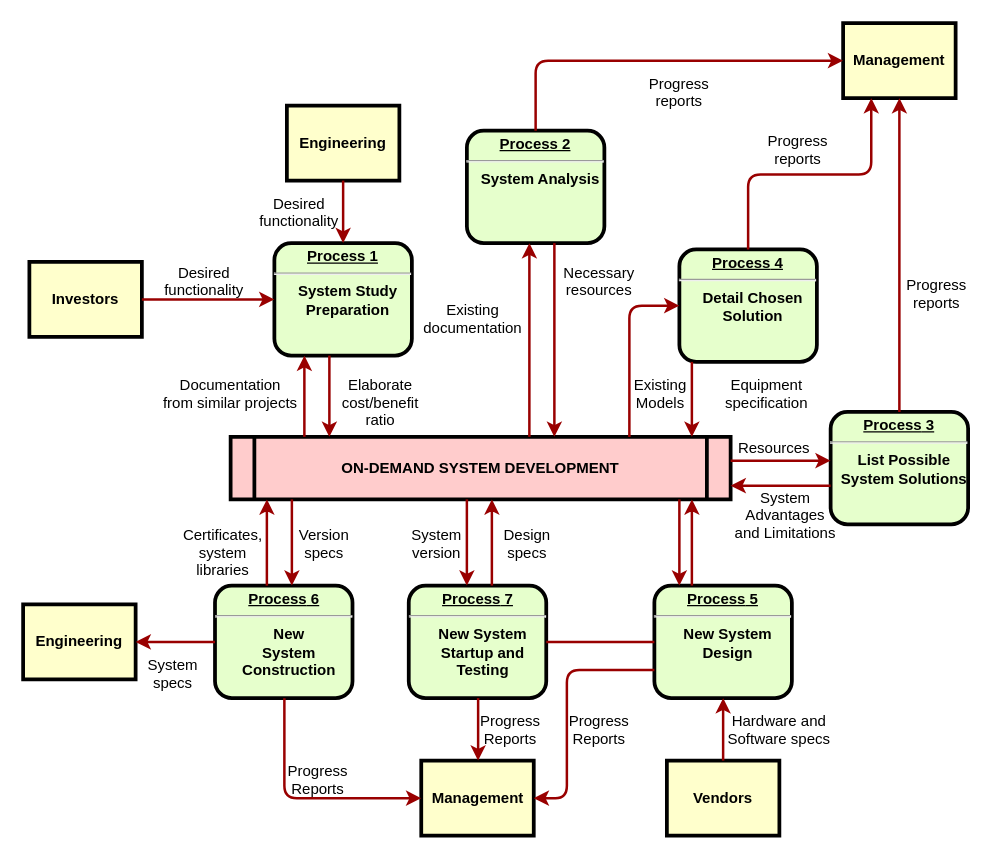
The draw.io diagram Algritmo de recomendação.drawio in RosianeSangali/RosianeSangali, before the edit. Source tidied: cells renumbered, new cells numbered last; positions are measured from the earlier drawing's top-left corner, leaving out a move shared by most shapes. Both pictures are drawn from the tidied source at 125%, with x=0, y=0 at pixel (22, 22).
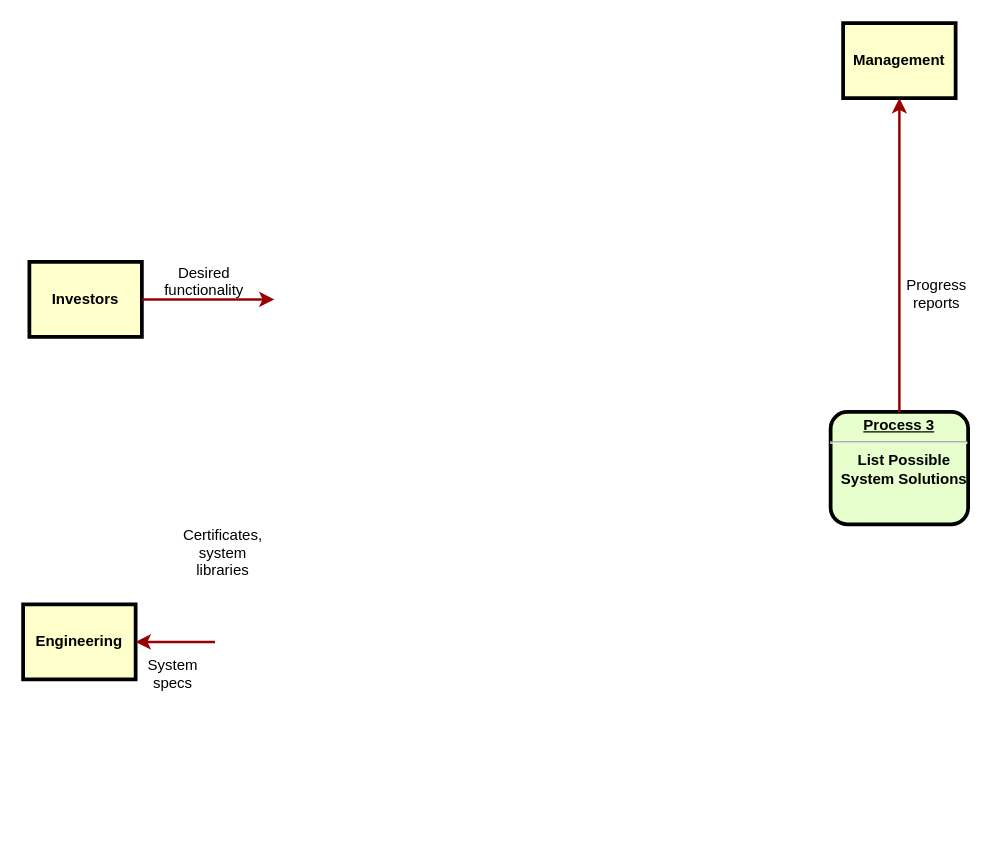
After the change.

The change refers to these unchanged cells:
```xml
<mxCell id="4" value="Investors" style="whiteSpace=wrap;align=center;verticalAlign=middle;fontStyle=1;strokeWidth=3;fillColor=#FFFFCC;" parent="1" vertex="1">
  <mxGeometry x="5" y="191" width="90" height="60" as="geometry" />
</mxCell>
<mxCell id="7" value="&lt;p style=&quot;margin: 0px; margin-top: 4px; text-align: center; text-decoration: underline;&quot;&gt;&lt;strong&gt;&lt;strong&gt;Process&lt;/strong&gt; 3&lt;br /&gt;&lt;/strong&gt;&lt;/p&gt;&lt;hr /&gt;&lt;p style=&quot;margin: 0px; margin-left: 8px;&quot;&gt;List Possible&lt;/p&gt;&lt;p style=&quot;margin: 0px; margin-left: 8px;&quot;&gt;System Solutions&lt;/p&gt;" style="verticalAlign=middle;align=center;overflow=fill;fontSize=12;fontFamily=Helvetica;html=1;rounded=1;fontStyle=1;strokeWidth=3;fillColor=#E6FFCC;" parent="1" vertex="1">
  <mxGeometry x="646" y="311" width="110" height="90" as="geometry" />
</mxCell>
<mxCell id="11" value="Management" style="whiteSpace=wrap;align=center;verticalAlign=middle;fontStyle=1;strokeWidth=3;fillColor=#FFFFCC;" parent="1" vertex="1">
  <mxGeometry x="656" width="90" height="60" as="geometry" />
</mxCell>
<mxCell id="13" value="Engineering" style="whiteSpace=wrap;align=center;verticalAlign=middle;fontStyle=1;strokeWidth=3;fillColor=#FFFFCC;" parent="1" vertex="1">
  <mxGeometry y="465" width="90" height="60" as="geometry" />
</mxCell>
```

What changed in the source:
```diff
@@
-    <mxCell id="2" value="&lt;p style=&quot;margin: 0px; margin-top: 4px; text-align: center; text-decoration: underline;&quot;&gt;&lt;strong&gt;Process 1&lt;br /&gt;&lt;/strong&gt;&lt;/p&gt;&lt;hr /&gt;&lt;p style=&quot;margin: 0px; margin-left: 8px;&quot;&gt;System Study&lt;/p&gt;&lt;p style=&quot;margin: 0px; margin-left: 8px;&quot;&gt;Preparation&lt;/p&gt;" style="verticalAlign=middle;align=center;overflow=fill;fontSize=12;fontFamily=Helvetica;html=1;rounded=1;fontStyle=1;strokeWidth=3;fillColor=#E6FFCC;" parent="1" vertex="1">
-      <mxGeometry x="201" y="176" width="110" height="90" as="geometry" />
-    </mxCell>
-    <mxCell id="3" value="Engineering" style="whiteSpace=wrap;align=center;verticalAlign=middle;fontStyle=1;strokeWidth=3;fillColor=#FFFFCC;" parent="1" vertex="1">
-      <mxGeometry x="211" y="66" width="90" height="60" as="geometry" />
-    </mxCell>
@@
-    <mxCell id="5" value="ON-DEMAND SYSTEM DEVELOPMENT" style="shape=process;whiteSpace=wrap;align=center;verticalAlign=middle;size=0.0475;fontStyle=1;strokeWidth=3;fillColor=#FFCCCC;" parent="1" vertex="1">
-      <mxGeometry x="166" y="331" width="400" height="50" as="geometry" />
-    </mxCell>
-    <mxCell id="6" value="&lt;p style=&quot;margin: 0px; margin-top: 4px; text-align: center; text-decoration: underline;&quot;&gt;&lt;strong&gt;Process 2&lt;br /&gt;&lt;/strong&gt;&lt;/p&gt;&lt;hr /&gt;&lt;p style=&quot;margin: 0px; margin-left: 8px;&quot;&gt;System Analysis&lt;/p&gt;" style="verticalAlign=middle;align=center;overflow=fill;fontSize=12;fontFamily=Helvetica;html=1;rounded=1;fontStyle=1;strokeWidth=3;fillColor=#E6FFCC;" parent="1" vertex="1">
-      <mxGeometry x="355" y="86" width="110" height="90" as="geometry" />
-    </mxCell>
@@
-    <mxCell id="8" value="&lt;p style=&quot;margin: 0px; margin-top: 4px; text-align: center; text-decoration: underline;&quot;&gt;&lt;strong&gt;&lt;strong&gt;Process&lt;/strong&gt; 4&lt;br /&gt;&lt;/strong&gt;&lt;/p&gt;&lt;hr /&gt;&lt;p style=&quot;margin: 0px; margin-left: 8px;&quot;&gt;Detail Chosen&lt;/p&gt;&lt;p style=&quot;margin: 0px; margin-left: 8px;&quot;&gt;Solution&lt;/p&gt;" style="verticalAlign=middle;align=center;overflow=fill;fontSize=12;fontFamily=Helvetica;html=1;rounded=1;fontStyle=1;strokeWidth=3;fillColor=#E6FFCC;" parent="1" vertex="1">
-      <mxGeometry x="525" y="181" width="110" height="90" as="geometry" />
-    </mxCell>
-    <mxCell id="9" value="&lt;p style=&quot;margin: 0px; margin-top: 4px; text-align: center; text-decoration: underline;&quot;&gt;&lt;strong&gt;&lt;strong&gt;Process&lt;/strong&gt; 5&lt;br /&gt;&lt;/strong&gt;&lt;/p&gt;&lt;hr /&gt;&lt;p style=&quot;margin: 0px; margin-left: 8px;&quot;&gt;New System&lt;/p&gt;&lt;p style=&quot;margin: 0px; margin-left: 8px;&quot;&gt;Design&lt;/p&gt;" style="verticalAlign=middle;align=center;overflow=fill;fontSize=12;fontFamily=Helvetica;html=1;rounded=1;fontStyle=1;strokeWidth=3;fillColor=#E6FFCC;" parent="1" vertex="1">
-      <mxGeometry x="505" y="450" width="110" height="90" as="geometry" />
-    </mxCell>
-    <mxCell id="10" value="&lt;p style=&quot;margin: 0px; margin-top: 4px; text-align: center; text-decoration: underline;&quot;&gt;&lt;strong&gt;&lt;strong&gt;Process&lt;/strong&gt; 6&lt;br /&gt;&lt;/strong&gt;&lt;/p&gt;&lt;hr /&gt;&lt;p style=&quot;margin: 0px; margin-left: 8px;&quot;&gt;New&lt;/p&gt;&lt;p style=&quot;margin: 0px; margin-left: 8px;&quot;&gt;System&lt;/p&gt;&lt;p style=&quot;margin: 0px; margin-left: 8px;&quot;&gt;Construction&lt;/p&gt;" style="verticalAlign=middle;align=center;overflow=fill;fontSize=12;fontFamily=Helvetica;html=1;rounded=1;fontStyle=1;strokeWidth=3;fillColor=#E6FFCC;" parent="1" vertex="1">
-      <mxGeometry x="153.5" y="450" width="110" height="90" as="geometry" />
-    </mxCell>
@@
-    <mxCell id="12" value="Management" style="whiteSpace=wrap;align=center;verticalAlign=middle;fontStyle=1;strokeWidth=3;fillColor=#FFFFCC;" parent="1" vertex="1">
-      <mxGeometry x="318.5" y="590" width="90" height="60" as="geometry" />
-    </mxCell>
@@
-    <mxCell id="14" value="Vendors" style="whiteSpace=wrap;align=center;verticalAlign=middle;fontStyle=1;strokeWidth=3;fillColor=#FFFFCC;" parent="1" vertex="1">
-      <mxGeometry x="515" y="590" width="90" height="60" as="geometry" />
-    </mxCell>
-    <mxCell id="15" style="edgeStyle=none;noEdgeStyle=1;strokeColor=#990000;strokeWidth=2;" parent="1" edge="1" source="3" target="2">
-      <mxGeometry relative="1" as="geometry" />
-    </mxCell>
-    <mxCell id="16" style="edgeStyle=none;noEdgeStyle=1;strokeColor=#990000;strokeWidth=2;" parent="1" edge="1" source="4" target="2">
-      <mxGeometry relative="1" as="geometry" />
+    <mxCell id="16" style="edgeStyle=none;noEdgeStyle=1;strokeColor=#990000;strokeWidth=2;" parent="1" edge="1" source="4">
+      <mxGeometry relative="1" as="geometry">
+        <mxPoint x="201" y="221" as="targetPoint" />
+      </mxGeometry>
     </mxCell>
-    <mxCell id="17" value="&lt;p style=&quot;margin: 0px; margin-top: 4px; text-align: center; text-decoration: underline;&quot;&gt;&lt;strong&gt;&lt;strong&gt;Process&lt;/strong&gt; 7&lt;br /&gt;&lt;/strong&gt;&lt;/p&gt;&lt;hr /&gt;&lt;p style=&quot;margin: 0px; margin-left: 8px;&quot;&gt;New System&lt;/p&gt;&lt;p style=&quot;margin: 0px; margin-left: 8px;&quot;&gt;Startup and&lt;/p&gt;&lt;p style=&quot;margin: 0px; margin-left: 8px;&quot;&gt;Testing&lt;/p&gt;" style="verticalAlign=middle;align=center;overflow=fill;fontSize=12;fontFamily=Helvetica;html=1;rounded=1;fontStyle=1;strokeWidth=3;fillColor=#E6FFCC;" parent="1" vertex="1">
-      <mxGeometry x="308.5" y="450" width="110" height="90" as="geometry" />
-    </mxCell>
-    <mxCell id="18" style="endArrow=none;noEdgeStyle=1;strokeColor=#990000;strokeWidth=2;" parent="1" edge="1" source="9" target="17">
-      <mxGeometry relative="1" as="geometry" />
-    </mxCell>
@@
-    <mxCell id="20" value="Desired &#10;functionality" style="text;spacingTop=-5;align=center;" parent="1" vertex="1">
-      <mxGeometry x="206" y="136" width="30" height="20" as="geometry" />
-    </mxCell>
-    <mxCell id="21" value="Documentation&#10;from similar projects" style="text;spacingTop=-5;align=center;" parent="1" vertex="1">
-      <mxGeometry x="151" y="281" width="30" height="20" as="geometry" />
-    </mxCell>
-    <mxCell id="22" style="edgeStyle=elbowEdgeStyle;elbow=horizontal;strokeColor=#990000;strokeWidth=2;" parent="1" edge="1" source="5" target="2">
-      <mxGeometry relative="1" as="geometry">
-        <Array as="points">
-          <mxPoint x="225" y="310" />
-        </Array>
-      </mxGeometry>
-    </mxCell>
-    <mxCell id="23" style="edgeStyle=elbowEdgeStyle;elbow=horizontal;strokeColor=#990000;strokeWidth=2;" parent="1" edge="1" source="2" target="5">
-      <mxGeometry relative="1" as="geometry">
-        <Array as="points">
-          <mxPoint x="245" y="300" />
-        </Array>
-      </mxGeometry>
-    </mxCell>
-    <mxCell id="24" value="Elaborate&#10;cost/benefit&#10;ratio" style="text;spacingTop=-5;align=center;" parent="1" vertex="1">
-      <mxGeometry x="271" y="281" width="30" height="20" as="geometry" />
-    </mxCell>
-    <mxCell id="25" style="edgeStyle=elbowEdgeStyle;elbow=horizontal;strokeColor=#990000;strokeWidth=2;" parent="1" edge="1" source="5" target="6">
-      <mxGeometry relative="1" as="geometry">
-        <Array as="points">
-          <mxPoint x="405" y="250" />
-        </Array>
-      </mxGeometry>
-    </mxCell>
-    <mxCell id="26" style="edgeStyle=elbowEdgeStyle;elbow=horizontal;strokeColor=#990000;strokeWidth=2;" parent="1" edge="1" source="6" target="5">
-      <mxGeometry relative="1" as="geometry">
-        <Array as="points">
-          <mxPoint x="425" y="260" />
-        </Array>
-      </mxGeometry>
-    </mxCell>
-    <mxCell id="27" value="Existing&#10;documentation" style="text;spacingTop=-5;align=center;" parent="1" vertex="1">
-      <mxGeometry x="345" y="221" width="30" height="20" as="geometry" />
-    </mxCell>
-    <mxCell id="28" value="Necessary&#10;resources" style="text;spacingTop=-5;align=center;" parent="1" vertex="1">
-      <mxGeometry x="446" y="191" width="30" height="20" as="geometry" />
-    </mxCell>
-    <mxCell id="29" value="Progress&#10;reports" style="text;spacingTop=-5;align=center;" parent="1" vertex="1">
-      <mxGeometry x="510" y="40" width="30" height="20" as="geometry" />
-    </mxCell>
-    <mxCell id="30" value="Progress&#10;reports" style="text;spacingTop=-5;align=center;" parent="1" vertex="1">
-      <mxGeometry x="605" y="86" width="30" height="20" as="geometry" />
-    </mxCell>
@@
-    <mxCell id="32" style="edgeStyle=elbowEdgeStyle;elbow=horizontal;strokeColor=#990000;strokeWidth=2;" parent="1" edge="1" source="6" target="11">
-      <mxGeometry relative="1" as="geometry">
-        <Array as="points">
-          <mxPoint x="410" y="80" />
-        </Array>
-      </mxGeometry>
-    </mxCell>
-    <mxCell id="33" style="edgeStyle=elbowEdgeStyle;elbow=vertical;entryX=0.25;entryY=1;strokeColor=#990000;strokeWidth=2;" parent="1" edge="1" source="8" target="11">
-      <mxGeometry relative="1" as="geometry" />
-    </mxCell>
@@
-    <mxCell id="35" style="edgeStyle=elbowEdgeStyle;elbow=horizontal;strokeColor=#990000;strokeWidth=2;" parent="1" edge="1" source="8" target="5">
-      <mxGeometry relative="1" as="geometry">
-        <Array as="points">
-          <mxPoint x="535" y="300" />
-        </Array>
-      </mxGeometry>
-    </mxCell>
-    <mxCell id="36" style="edgeStyle=segmentEdgeStyle;strokeColor=#990000;strokeWidth=2;" parent="1" edge="1" source="5" target="8">
-      <mxGeometry relative="1" as="geometry">
-        <Array as="points">
-          <mxPoint x="485" y="226" />
-        </Array>
-      </mxGeometry>
-    </mxCell>
-    <mxCell id="37" value="Existing&#10;Models" style="text;spacingTop=-5;align=center;" parent="1" vertex="1">
-      <mxGeometry x="495" y="281" width="30" height="20" as="geometry" />
-    </mxCell>
-    <mxCell id="38" value="Equipment&#10;specification" style="text;spacingTop=-5;align=center;" parent="1" vertex="1">
-      <mxGeometry x="580" y="281" width="30" height="20" as="geometry" />
-    </mxCell>
-    <mxCell id="39" style="edgeStyle=elbowEdgeStyle;elbow=vertical;strokeColor=#990000;strokeWidth=2;" parent="1" edge="1" source="5" target="7">
-      <mxGeometry relative="1" as="geometry">
-        <Array as="points">
-          <mxPoint x="615" y="350" />
-        </Array>
-      </mxGeometry>
-    </mxCell>
-    <mxCell id="40" style="edgeStyle=elbowEdgeStyle;elbow=vertical;strokeColor=#990000;strokeWidth=2;" parent="1" edge="1" source="7" target="5">
-      <mxGeometry relative="1" as="geometry">
-        <Array as="points">
-          <mxPoint x="615" y="370" />
-        </Array>
-      </mxGeometry>
-    </mxCell>
-    <mxCell id="41" value="Resources" style="text;spacingTop=-5;align=center;" parent="1" vertex="1">
-      <mxGeometry x="586" y="331" width="30" height="20" as="geometry" />
-    </mxCell>
-    <mxCell id="42" value="System &#10;Advantages &#10;and Limitations" style="text;spacingTop=-5;align=center;" parent="1" vertex="1">
-      <mxGeometry x="595" y="371" width="30" height="20" as="geometry" />
-    </mxCell>
-    <mxCell id="43" style="edgeStyle=elbowEdgeStyle;elbow=horizontal;strokeColor=#990000;strokeWidth=2;" parent="1" edge="1" source="9" target="5">
-      <mxGeometry relative="1" as="geometry">
-        <Array as="points">
-          <mxPoint x="535" y="410" />
-        </Array>
-      </mxGeometry>
-    </mxCell>
-    <mxCell id="44" style="edgeStyle=elbowEdgeStyle;elbow=horizontal;strokeColor=#990000;strokeWidth=2;" parent="1" edge="1" source="5" target="9">
-      <mxGeometry relative="1" as="geometry">
-        <Array as="points">
-          <mxPoint x="525" y="420" />
-        </Array>
-      </mxGeometry>
-    </mxCell>
-    <mxCell id="45" style="edgeStyle=elbowEdgeStyle;elbow=horizontal;strokeColor=#990000;strokeWidth=2;" parent="1" edge="1" source="14" target="9">
-      <mxGeometry relative="1" as="geometry" />
-    </mxCell>
-    <mxCell id="46" value="Hardware and&#10;Software specs" style="text;spacingTop=-5;align=center;" parent="1" vertex="1">
-      <mxGeometry x="590" y="550" width="30" height="20" as="geometry" />
-    </mxCell>
-    <mxCell id="47" style="edgeStyle=elbowEdgeStyle;elbow=horizontal;exitX=0;exitY=0.75;strokeColor=#990000;strokeWidth=2;" parent="1" edge="1" source="9" target="12">
-      <mxGeometry relative="1" as="geometry">
-        <Array as="points">
-          <mxPoint x="435" y="570" />
-        </Array>
-      </mxGeometry>
-    </mxCell>
-    <mxCell id="48" value="Progress&#10;Reports" style="text;spacingTop=-5;align=center;" parent="1" vertex="1">
-      <mxGeometry x="446" y="550" width="30" height="20" as="geometry" />
-    </mxCell>
-    <mxCell id="49" style="edgeStyle=elbowEdgeStyle;elbow=horizontal;strokeColor=#990000;strokeWidth=2;" parent="1" edge="1" source="17" target="12">
-      <mxGeometry relative="1" as="geometry" />
-    </mxCell>
-    <mxCell id="50" value="Progress&#10;Reports" style="text;spacingTop=-5;align=center;" parent="1" vertex="1">
-      <mxGeometry x="375" y="550" width="30" height="20" as="geometry" />
-    </mxCell>
-    <mxCell id="51" style="edgeStyle=elbowEdgeStyle;elbow=horizontal;strokeColor=#990000;strokeWidth=2;" parent="1" edge="1" source="10" target="12">
-      <mxGeometry relative="1" as="geometry">
-        <Array as="points">
-          <mxPoint x="209" y="570" />
-        </Array>
-      </mxGeometry>
-    </mxCell>
-    <mxCell id="52" value="Progress&#10;Reports" style="text;spacingTop=-5;align=center;" parent="1" vertex="1">
-      <mxGeometry x="221" y="590" width="30" height="20" as="geometry" />
-    </mxCell>
-    <mxCell id="53" style="edgeStyle=elbowEdgeStyle;elbow=vertical;strokeColor=#990000;strokeWidth=2;" parent="1" edge="1" source="10" target="13">
-      <mxGeometry relative="1" as="geometry" />
+    <mxCell id="53" style="edgeStyle=elbowEdgeStyle;elbow=vertical;strokeColor=#990000;strokeWidth=2;" parent="1" edge="1" target="13">
+      <mxGeometry relative="1" as="geometry">
+        <mxPoint x="153.5" y="495" as="sourcePoint" />
+      </mxGeometry>
     </mxCell>
-    <mxCell id="54" style="edgeStyle=elbowEdgeStyle;elbow=horizontal;strokeColor=#990000;strokeWidth=2;" parent="1" edge="1" source="5" target="17">
-      <mxGeometry relative="1" as="geometry">
-        <Array as="points">
-          <mxPoint x="355" y="410" />
-        </Array>
-      </mxGeometry>
-    </mxCell>
-    <mxCell id="55" style="edgeStyle=elbowEdgeStyle;elbow=horizontal;strokeColor=#990000;strokeWidth=2;" parent="1" edge="1" source="17" target="5">
-      <mxGeometry relative="1" as="geometry">
-        <Array as="points">
-          <mxPoint x="375" y="410" />
-        </Array>
-      </mxGeometry>
-    </mxCell>
-    <mxCell id="56" value="Version&#10;specs" style="text;spacingTop=-5;align=center;" parent="1" vertex="1">
-      <mxGeometry x="226" y="401" width="30" height="20" as="geometry" />
-    </mxCell>
@@
-    <mxCell id="58" style="edgeStyle=elbowEdgeStyle;elbow=horizontal;strokeColor=#990000;strokeWidth=2;" parent="1" edge="1" source="5" target="10">
-      <mxGeometry relative="1" as="geometry">
-        <Array as="points">
-          <mxPoint x="215" y="410" />
-        </Array>
-      </mxGeometry>
-    </mxCell>
-    <mxCell id="59" style="edgeStyle=elbowEdgeStyle;elbow=horizontal;strokeColor=#990000;strokeWidth=2;" parent="1" edge="1" source="10" target="5">
-      <mxGeometry relative="1" as="geometry">
-        <Array as="points">
-          <mxPoint x="195" y="410" />
-        </Array>
-      </mxGeometry>
-    </mxCell>
@@
-    <mxCell id="61" value="Design&#10;specs" style="text;spacingTop=-5;align=center;" parent="1" vertex="1">
-      <mxGeometry x="388.5" y="401" width="30" height="20" as="geometry" />
-    </mxCell>
-    <mxCell id="62" value="System&#10;version" style="text;spacingTop=-5;align=center;" parent="1" vertex="1">
-      <mxGeometry x="316" y="401" width="30" height="20" as="geometry" />
-    </mxCell>
```
